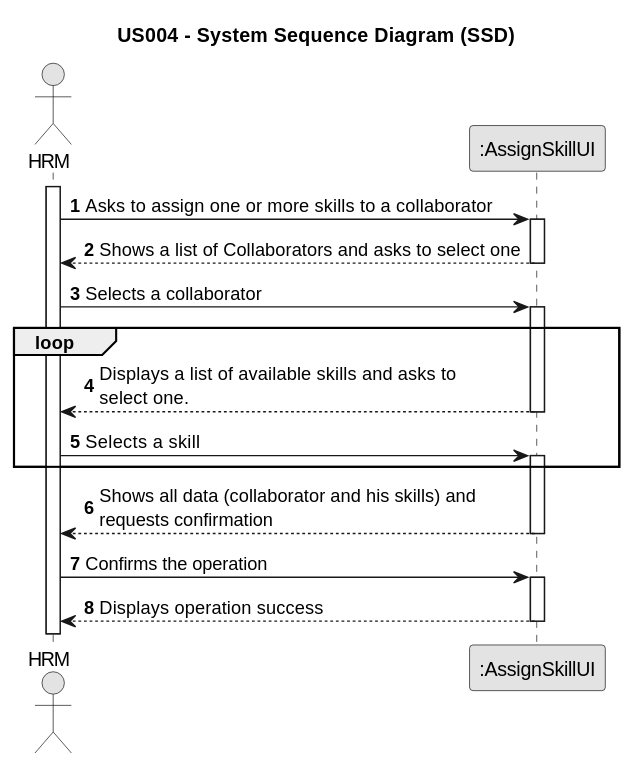
The PlantUML diagram docs/sprintB/us004/01.requirements-engineering/svg/us004-system-sequence-diagram.svg in Rui-San/LAPR2_2023_2024, before a commit.
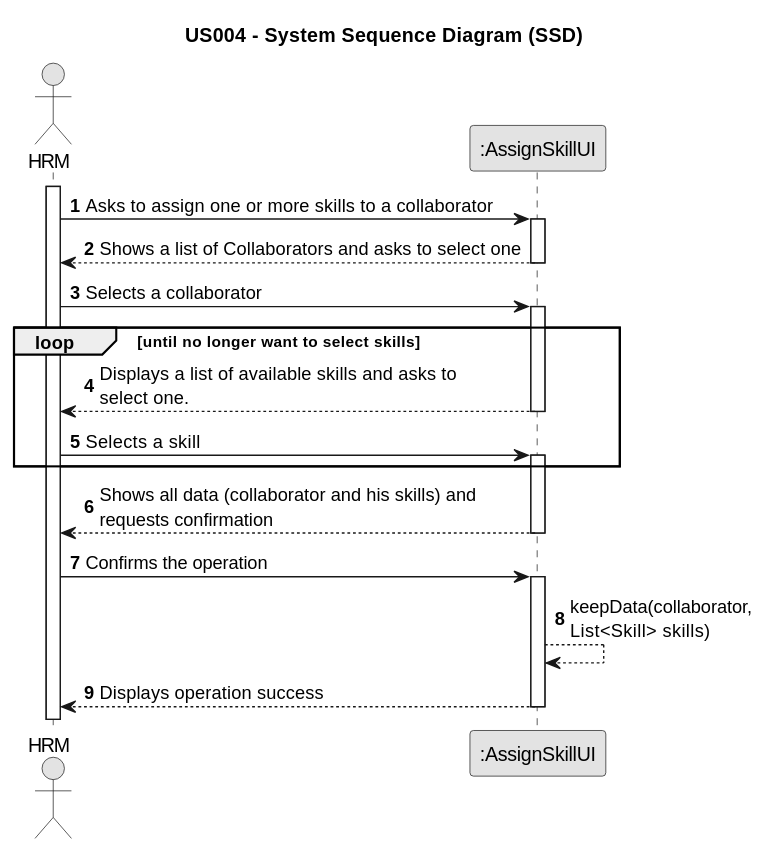
Later version of the same file.

What changed in the source:
```diff
@@ -20,7 +20,7 @@
 
     Employee -> System : Selects a collaborator
 
-    loop
+    loop until no longer want to select skills
 
     activate System
 
@@ -38,7 +38,7 @@
 
     Employee -> System : Confirms the operation
     activate System
-
+        System --> System : keepData(collaborator,\nList<Skill> skills)
         System --> Employee : Displays operation success
     deactivate System
 @enduml
```
